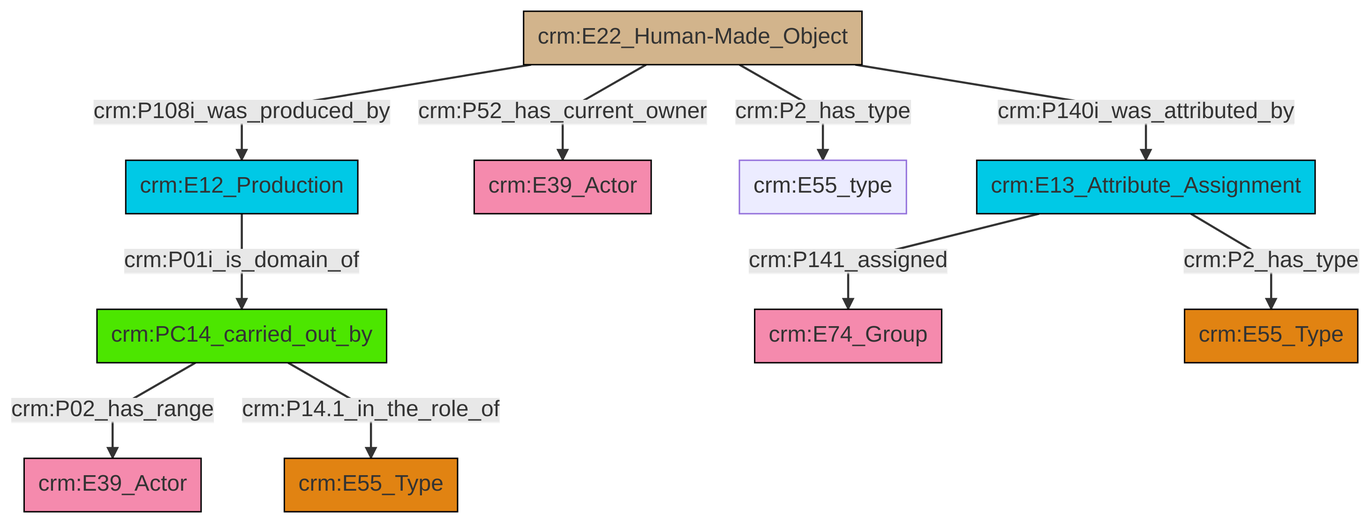
This is et/builtWorkCSV/ttl/mmd/png/Built_Work_actor_relations.png from swiss-art-research-net/reference-data-models, a Mermaid export, as it was before one commit. Its source is kept beside it as et/builtWorkCSV/ttl/mmd/Built_Work_actor_relations.ttl.mmd.
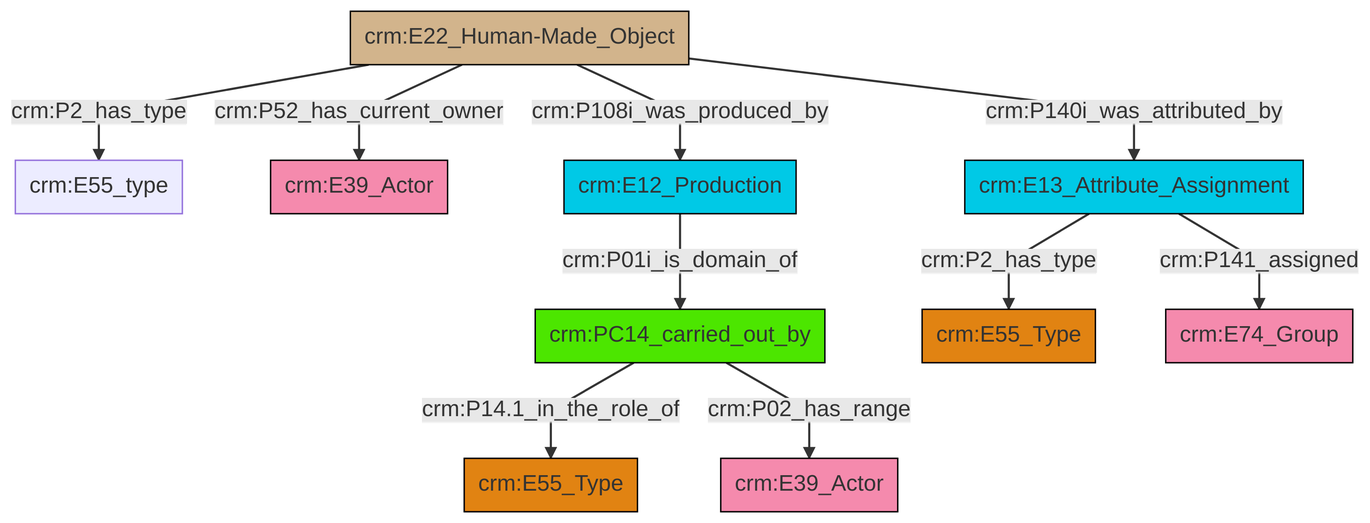
Above is the later version.

Change to the diagram source:
```diff
@@ -13,12 +13,12 @@
 classDef PC_Classes fill:#4ce600, stroke:#000000;
 classDef Multi fill:#cccccc,stroke:#000000;
 
-0["crm:E13_Attribute_Assignment"]:::Temporal_Entity -->|crm:P141_assigned| 1["crm:E74_Group"]:::Actor
-2["crm:PC14_carried_out_by"]:::PC_Classes -->|crm:P02_has_range| 3["crm:E39_Actor"]:::Actor
-4["crm:E22_Human-Made_Object"]:::Physical_Thing -->|crm:P108i_was_produced_by| 5["crm:E12_Production"]:::Temporal_Entity
-4["crm:E22_Human-Made_Object"]:::Physical_Thing -->|crm:P52_has_current_owner| 6["crm:E39_Actor"]:::Actor
-5["crm:E12_Production"]:::Temporal_Entity -->|crm:P01i_is_domain_of| 2["crm:PC14_carried_out_by"]:::PC_Classes
-2["crm:PC14_carried_out_by"]:::PC_Classes -->|crm:P14.1_in_the_role_of| 7["crm:E55_Type"]:::Type
-0["crm:E13_Attribute_Assignment"]:::Temporal_Entity -->|crm:P2_has_type| 9["crm:E55_Type"]:::Type
-4["crm:E22_Human-Made_Object"]:::Physical_Thing -->|crm:P2_has_type| 16["crm:E55_type"]:::Default
-4["crm:E22_Human-Made_Object"]:::Physical_Thing -->|crm:P140i_was_attributed_by| 0["crm:E13_Attribute_Assignment"]:::Temporal_Entity
+2["crm:E22_Human-Made_Object"]:::Physical_Thing -->|crm:P2_has_type| 4["crm:E55_type"]:::Default
+6["crm:PC14_carried_out_by"]:::PC_Classes -->|crm:P14.1_in_the_role_of| 0["crm:E55_Type"]:::Type
+2["crm:E22_Human-Made_Object"]:::Physical_Thing -->|crm:P108i_was_produced_by| 11["crm:E12_Production"]:::Temporal_Entity
+6["crm:PC14_carried_out_by"]:::PC_Classes -->|crm:P02_has_range| 14["crm:E39_Actor"]:::Actor
+2["crm:E22_Human-Made_Object"]:::Physical_Thing -->|crm:P52_has_current_owner| 9["crm:E39_Actor"]:::Actor
+16["crm:E13_Attribute_Assignment"]:::Temporal_Entity -->|crm:P2_has_type| 7["crm:E55_Type"]:::Type
+11["crm:E12_Production"]:::Temporal_Entity -->|crm:P01i_is_domain_of| 6["crm:PC14_carried_out_by"]:::PC_Classes
+16["crm:E13_Attribute_Assignment"]:::Temporal_Entity -->|crm:P141_assigned| 18["crm:E74_Group"]:::Actor
+2["crm:E22_Human-Made_Object"]:::Physical_Thing -->|crm:P140i_was_attributed_by| 16["crm:E13_Attribute_Assignment"]:::Temporal_Entity
```
